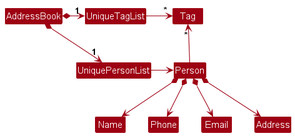
Above: docs/images/BetterModelClassDiagram.png in nus-cs2103-AY2425S1/tp (PlantUML), before the change.
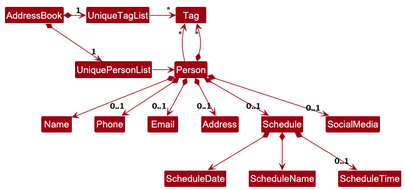
After the change.

Commit message:
Update uml for person model

The edit, as a diff of the source:
```diff
@@ -15,7 +15,15 @@
 Person -up-> "*" Tag
 
 Person *--> Name
-Person *--> Phone
-Person *--> Email
-Person *--> Address
+Person *--> "0..1" Phone
+Person *--> "0..1" Email
+Person *--> "0..1" Address
+Person *--> "0..1" Schedule
+Person *--> "0..1" SocialMedia
+Person *--> "*" Tag
+
+Schedule *--> ScheduleDate
+Schedule *--> ScheduleName
+Schedule *--> "0..1" ScheduleTime
+
 @enduml
```
